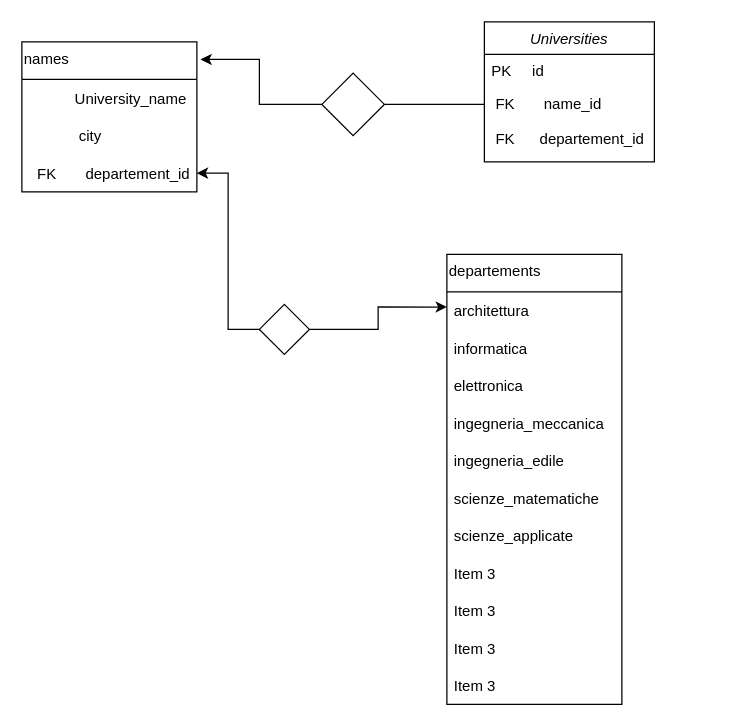
gualtierigio/db-university keeps this draw.io diagram as Untitled Diagram.drawio. Above is the earlier version. Source tidied: cells renumbered, new cells numbered last; positions are measured from the earlier drawing's top-left corner, leaving out a move shared by most shapes. Both pictures are drawn from the tidied source at 125%, with x=0, y=0 at pixel (21, 21).
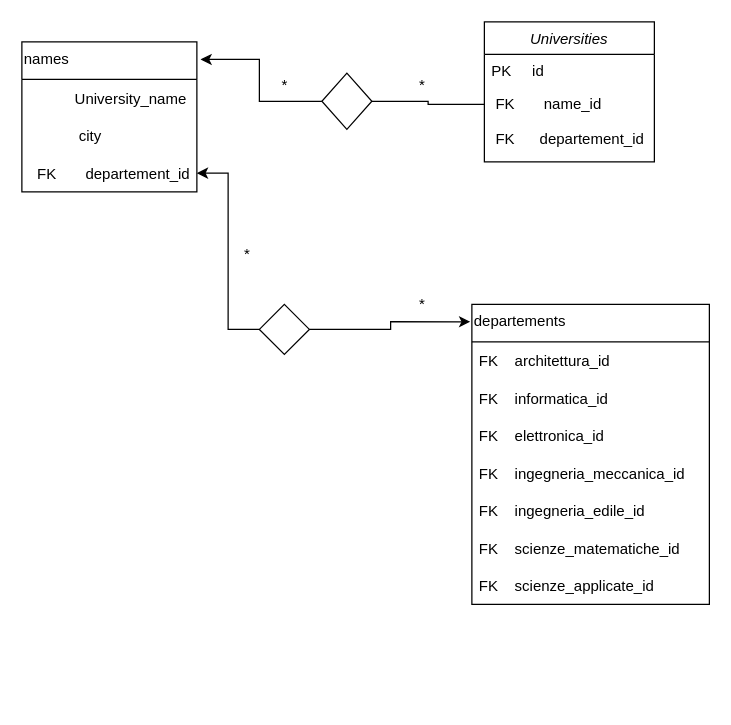
After the change.

Unchanged cells that the change refers to:
```xml
<mxCell id="28" style="rhombus;whiteSpace=wrap;html=1;fillColor=none;gradientColor=none;align=left;verticalAlign=top;" parent="1" vertex="1">
  <mxGeometry x="190" y="226" width="40" height="40" as="geometry" />
</mxCell>
```

The edit, as a diff of the source:
```diff
@@
     <mxCell id="11" style="rhombus;whiteSpace=wrap;html=1;fillColor=none;gradientColor=none;align=left;verticalAlign=top;" parent="1" vertex="1">
-      <mxGeometry x="240" y="41" width="50" height="50" as="geometry" />
+      <mxGeometry x="240" y="41" width="40" height="45" as="geometry" />
     </mxCell>
@@
     <mxCell id="14" value="departements" style="swimlane;fontStyle=0;horizontal=1;startSize=30;fillColor=none;gradientColor=none;align=left;verticalAlign=top;" parent="1" vertex="1">
-      <mxGeometry x="340" y="186" width="140" height="360" as="geometry" />
+      <mxGeometry x="360" y="226" width="190" height="240" as="geometry" />
     </mxCell>
-    <mxCell id="15" value="architettura" style="text;strokeColor=none;fillColor=none;align=left;verticalAlign=middle;spacingLeft=4;spacingRight=4;overflow=hidden;" parent="14" vertex="1">
-      <mxGeometry y="30" width="140" height="30" as="geometry" />
+    <mxCell id="15" value="FK    architettura_id" style="text;strokeColor=none;fillColor=none;align=left;verticalAlign=middle;spacingLeft=4;spacingRight=4;overflow=hidden;" parent="14" vertex="1">
+      <mxGeometry y="30" width="190" height="30" as="geometry" />
     </mxCell>
-    <mxCell id="16" value="informatica" style="text;strokeColor=none;fillColor=none;align=left;verticalAlign=middle;spacingLeft=4;spacingRight=4;overflow=hidden;" parent="14" vertex="1">
-      <mxGeometry y="60" width="140" height="30" as="geometry" />
+    <mxCell id="16" value="FK    informatica_id" style="text;strokeColor=none;fillColor=none;align=left;verticalAlign=middle;spacingLeft=4;spacingRight=4;overflow=hidden;" parent="14" vertex="1">
+      <mxGeometry y="60" width="190" height="30" as="geometry" />
     </mxCell>
-    <mxCell id="17" value="elettronica" style="text;strokeColor=none;fillColor=none;align=left;verticalAlign=middle;spacingLeft=4;spacingRight=4;overflow=hidden;" parent="14" vertex="1">
-      <mxGeometry y="90" width="140" height="30" as="geometry" />
+    <mxCell id="17" value="FK    elettronica_id" style="text;strokeColor=none;fillColor=none;align=left;verticalAlign=middle;spacingLeft=4;spacingRight=4;overflow=hidden;" parent="14" vertex="1">
+      <mxGeometry y="90" width="190" height="30" as="geometry" />
     </mxCell>
-    <mxCell id="18" value="ingegneria_meccanica" style="text;strokeColor=none;fillColor=none;align=left;verticalAlign=middle;spacingLeft=4;spacingRight=4;overflow=hidden;" parent="14" vertex="1">
-      <mxGeometry y="120" width="140" height="30" as="geometry" />
+    <mxCell id="18" value="FK    ingegneria_meccanica_id" style="text;strokeColor=none;fillColor=none;align=left;verticalAlign=middle;spacingLeft=4;spacingRight=4;overflow=hidden;" parent="14" vertex="1">
+      <mxGeometry y="120" width="190" height="30" as="geometry" />
     </mxCell>
-    <mxCell id="19" value="ingegneria_edile" style="text;strokeColor=none;fillColor=none;align=left;verticalAlign=middle;spacingLeft=4;spacingRight=4;overflow=hidden;" parent="14" vertex="1">
-      <mxGeometry y="150" width="140" height="30" as="geometry" />
+    <mxCell id="19" value="FK    ingegneria_edile_id" style="text;strokeColor=none;fillColor=none;align=left;verticalAlign=middle;spacingLeft=4;spacingRight=4;overflow=hidden;" parent="14" vertex="1">
+      <mxGeometry y="150" width="190" height="30" as="geometry" />
     </mxCell>
-    <mxCell id="20" value="scienze_matematiche" style="text;strokeColor=none;fillColor=none;align=left;verticalAlign=middle;spacingLeft=4;spacingRight=4;overflow=hidden;" parent="14" vertex="1">
-      <mxGeometry y="180" width="140" height="30" as="geometry" />
+    <mxCell id="20" value="FK    scienze_matematiche_id" style="text;strokeColor=none;fillColor=none;align=left;verticalAlign=middle;spacingLeft=4;spacingRight=4;overflow=hidden;" parent="14" vertex="1">
+      <mxGeometry y="180" width="190" height="30" as="geometry" />
     </mxCell>
-    <mxCell id="21" value="scienze_applicate" style="text;strokeColor=none;fillColor=none;align=left;verticalAlign=middle;spacingLeft=4;spacingRight=4;overflow=hidden;" parent="14" vertex="1">
-      <mxGeometry y="210" width="140" height="30" as="geometry" />
+    <mxCell id="21" value="FK    scienze_applicate_id" style="text;strokeColor=none;fillColor=none;align=left;verticalAlign=middle;spacingLeft=4;spacingRight=4;overflow=hidden;" parent="14" vertex="1">
+      <mxGeometry y="210" width="190" height="30" as="geometry" />
     </mxCell>
-    <mxCell id="22" value="Item 3" style="text;strokeColor=none;fillColor=none;align=left;verticalAlign=middle;spacingLeft=4;spacingRight=4;overflow=hidden;" parent="14" vertex="1">
-      <mxGeometry y="240" width="140" height="30" as="geometry" />
-    </mxCell>
-    <mxCell id="23" value="Item 3" style="text;strokeColor=none;fillColor=none;align=left;verticalAlign=middle;spacingLeft=4;spacingRight=4;overflow=hidden;" parent="14" vertex="1">
-      <mxGeometry y="270" width="140" height="30" as="geometry" />
-    </mxCell>
-    <mxCell id="24" value="Item 3" style="text;strokeColor=none;fillColor=none;align=left;verticalAlign=middle;spacingLeft=4;spacingRight=4;overflow=hidden;" parent="14" vertex="1">
-      <mxGeometry y="300" width="140" height="30" as="geometry" />
-    </mxCell>
-    <mxCell id="25" value="Item 3" style="text;strokeColor=none;fillColor=none;align=left;verticalAlign=middle;spacingLeft=4;spacingRight=4;overflow=hidden;" parent="14" vertex="1">
-      <mxGeometry y="330" width="140" height="30" as="geometry" />
-    </mxCell>
-    <mxCell id="26" style="edgeStyle=orthogonalEdgeStyle;rounded=0;jettySize=auto;html=1;exitX=1;exitY=0.5;exitDx=0;exitDy=0;entryX=0;entryY=0.117;entryDx=0;entryDy=0;entryPerimeter=0;" parent="1" edge="1" source="28" target="14">
+    <mxCell id="26" style="edgeStyle=orthogonalEdgeStyle;rounded=0;jettySize=auto;html=1;exitX=1;exitY=0.5;exitDx=0;exitDy=0;entryX=-0.007;entryY=0.058;entryDx=0;entryDy=0;entryPerimeter=0;" parent="1" edge="1" source="28" target="14">
       <mxGeometry relative="1" as="geometry" />
     </mxCell>
@@
+    <mxCell id="29" value="*" style="text;html=1;align=center;verticalAlign=middle;fillColor=none;strokeColor=none;rounded=0;" parent="1" vertex="1">
+      <mxGeometry x="310" y="41" width="20" height="20" as="geometry" />
+    </mxCell>
+    <mxCell id="30" value="*" style="text;html=1;align=center;verticalAlign=middle;fillColor=none;strokeColor=none;rounded=0;" parent="1" vertex="1">
+      <mxGeometry x="200" y="41" width="20" height="20" as="geometry" />
+    </mxCell>
+    <mxCell id="31" value="*" style="text;html=1;align=center;verticalAlign=middle;fillColor=none;strokeColor=none;rounded=0;" parent="1" vertex="1">
+      <mxGeometry x="310" y="216" width="20" height="20" as="geometry" />
+    </mxCell>
+    <mxCell id="32" value="*" style="text;html=1;align=center;verticalAlign=middle;fillColor=none;strokeColor=none;rounded=0;" parent="1" vertex="1">
+      <mxGeometry x="170" y="176" width="20" height="20" as="geometry" />
+    </mxCell>
```
